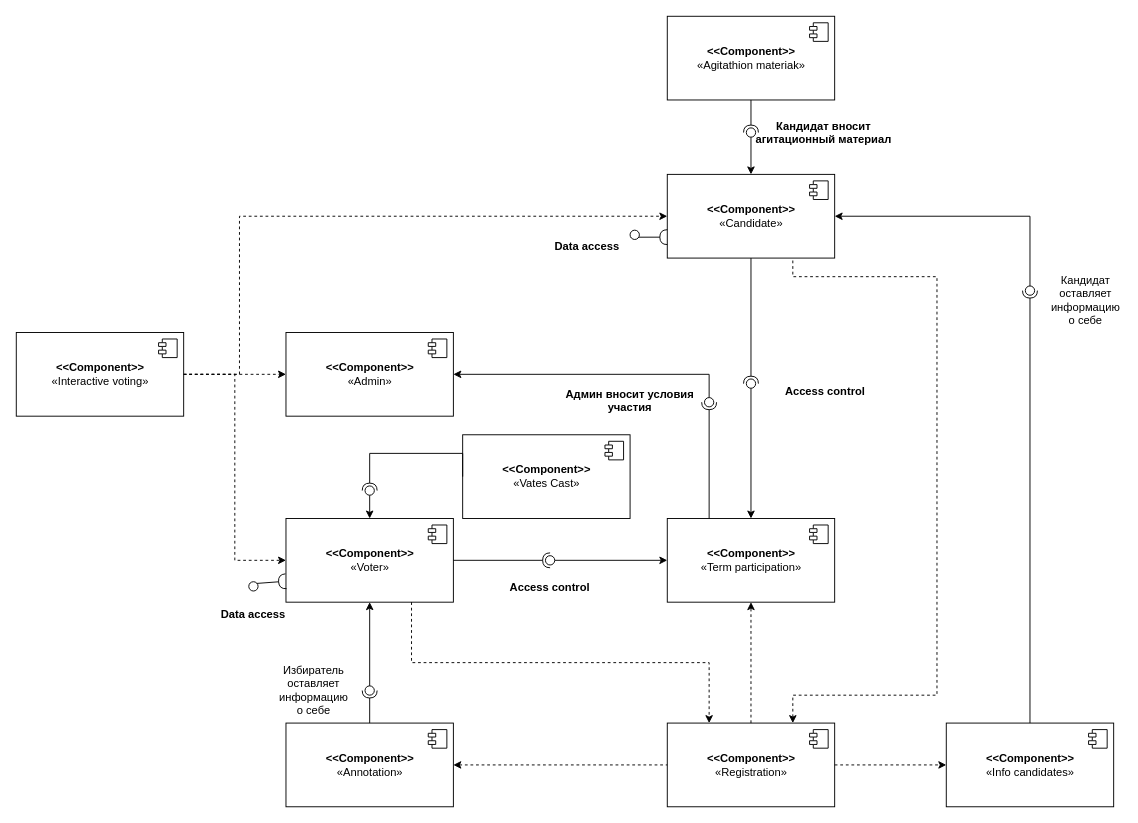
The draw.io diagram Untitled Diagram.drawio in aleksey899/Inter.MixAN, before the edit. Source tidied: cells renumbered, new cells numbered last; positions are measured from the earlier drawing's top-left corner, leaving out a move shared by most shapes. Both pictures are drawn from the tidied source at 93%, with x=0, y=0 at pixel (16, 16).
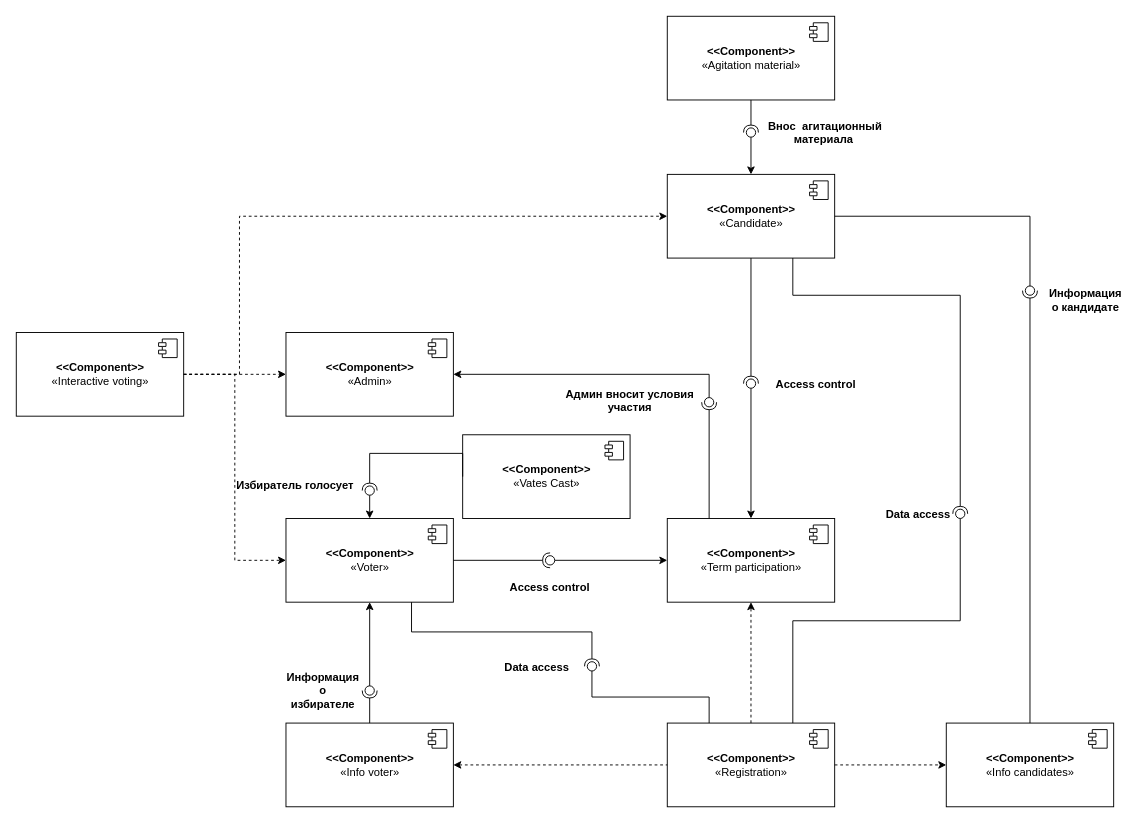
After the change.

Commit message:
Update Untitled Diagram Component.drawio

Unchanged cells that the change refers to:
```xml
<mxCell id="6" value="&lt;b&gt;&amp;lt;&amp;lt;Component&amp;gt;&amp;gt;&lt;/b&gt;&lt;br&gt;«Registration»" style="html=1;" parent="1" vertex="1">
  <mxGeometry x="700" y="760" width="180" height="90" as="geometry" />
</mxCell>
<mxCell id="14" value="&lt;b&gt;&amp;lt;&amp;lt;Component&amp;gt;&amp;gt;&lt;/b&gt;&lt;br&gt;«Candidate»" style="html=1;" parent="1" vertex="1">
  <mxGeometry x="700" y="170" width="180" height="90" as="geometry" />
</mxCell>
<mxCell id="16" value="&lt;b&gt;&amp;lt;&amp;lt;Component&amp;gt;&amp;gt;&lt;/b&gt;&lt;br&gt;«Voter»" style="html=1;" parent="1" vertex="1">
  <mxGeometry x="290" y="540" width="180" height="90" as="geometry" />
</mxCell>
<mxCell id="33" style="ellipse;whiteSpace=wrap;html=1;align=center;points=[];outlineConnect=0;sketch=0;" parent="1" vertex="1">
  <mxGeometry x="1085" y="290" width="10" height="10" as="geometry" />
</mxCell>
```

What changed in the source:
```diff
@@
-    <mxCell id="10" value="&lt;b&gt;&amp;lt;&amp;lt;Component&amp;gt;&amp;gt;&lt;/b&gt;&lt;br&gt;«Annotation»" style="html=1;" parent="1" vertex="1">
+    <mxCell id="10" value="&lt;b&gt;&amp;lt;&amp;lt;Component&amp;gt;&amp;gt;&lt;/b&gt;&lt;br&gt;«Info voter»" style="html=1;" parent="1" vertex="1">
       <mxGeometry x="290" y="760" width="180" height="90" as="geometry" />
     </mxCell>
@@
-    <mxCell id="12" value="&lt;b&gt;&amp;lt;&amp;lt;Component&amp;gt;&amp;gt;&lt;/b&gt;&lt;br&gt;«Agitathion materiak»" style="html=1;" parent="1" vertex="1">
+    <mxCell id="12" value="&lt;b&gt;&amp;lt;&amp;lt;Component&amp;gt;&amp;gt;&lt;/b&gt;&lt;br&gt;«Agitation material»" style="html=1;" parent="1" vertex="1">
       <mxGeometry x="700" width="180" height="90" as="geometry" />
     </mxCell>
@@
-    <mxCell id="31" style="rounded=0;jettySize=auto;html=1;endArrow=none;endFill=0;sketch=0;sourcePerimeterSpacing=0;targetPerimeterSpacing=0;exitX=1;exitY=0.5;exitDx=0;exitDy=0;edgeStyle=orthogonalEdgeStyle;startArrow=classic;startFill=1;" parent="1" edge="1" source="14" target="33">
+    <mxCell id="31" style="rounded=0;jettySize=auto;html=1;endArrow=none;endFill=0;sketch=0;sourcePerimeterSpacing=0;targetPerimeterSpacing=0;exitX=1;exitY=0.5;exitDx=0;exitDy=0;edgeStyle=orthogonalEdgeStyle;startArrow=none;startFill=0;" parent="1" edge="1" source="14" target="33">
       <mxGeometry relative="1" as="geometry" />
     </mxCell>
@@
-    <mxCell id="45" style="endArrow=none;dashed=1;html=1;rounded=0;entryX=0.75;entryY=1;entryDx=0;entryDy=0;exitX=0.75;exitY=0;exitDx=0;exitDy=0;edgeStyle=orthogonalEdgeStyle;startArrow=classic;startFill=1;" parent="1" edge="1" source="6" target="14">
-      <mxGeometry relative="1" as="geometry">
-        <Array as="points">
-          <mxPoint x="835" y="730" />
-          <mxPoint x="990" y="730" />
-          <mxPoint x="990" y="280" />
-          <mxPoint x="835" y="280" />
-        </Array>
-      </mxGeometry>
-    </mxCell>
-    <mxCell id="46" style="endArrow=classic;dashed=1;html=1;rounded=0;exitX=0.75;exitY=1;exitDx=0;exitDy=0;entryX=0.25;entryY=0;entryDx=0;entryDy=0;edgeStyle=orthogonalEdgeStyle;endFill=1;" parent="1" edge="1" source="16" target="6">
-      <mxGeometry relative="1" as="geometry" />
-    </mxCell>
-    <mxCell id="47" value="Кандидат оставляет информацию о себе" style="text;html=1;strokeColor=none;fillColor=none;align=center;verticalAlign=middle;whiteSpace=wrap;rounded=0;" parent="1" vertex="1">
+    <mxCell id="47" value="&lt;b&gt;Информация о кандидате&lt;/b&gt;" style="text;html=1;strokeColor=none;fillColor=none;align=center;verticalAlign=middle;whiteSpace=wrap;rounded=0;" parent="1" vertex="1">
       <mxGeometry x="1120" y="290" width="60" height="30" as="geometry" />
     </mxCell>
-    <mxCell id="48" value="Кандидат вносит &#10;агитационный материал " style="text;align=center;fontStyle=1;verticalAlign=middle;spacingLeft=3;spacingRight=3;strokeColor=none;" parent="1" vertex="1">
+    <mxCell id="48" value="Внос  агитационный &#10;материала " style="text;align=center;fontStyle=1;verticalAlign=middle;spacingLeft=3;spacingRight=3;strokeColor=none;" parent="1" vertex="1">
       <mxGeometry x="830" y="112" width="80" height="26" as="geometry" />
     </mxCell>
     <mxCell id="49" value="Access control" style="text;align=center;fontStyle=1;verticalAlign=middle;spacingLeft=3;spacingRight=3;strokeColor=none;" parent="1" vertex="1">
-      <mxGeometry x="830" y="390" width="80" height="26" as="geometry" />
+      <mxGeometry x="820" y="382" width="80" height="26" as="geometry" />
     </mxCell>
@@
-    <mxCell id="55" value="Избиратель оставляет информацию о себе" style="text;html=1;strokeColor=none;fillColor=none;align=center;verticalAlign=middle;whiteSpace=wrap;rounded=0;" parent="1" vertex="1">
-      <mxGeometry x="290" y="710" width="60" height="30" as="geometry" />
+    <mxCell id="55" value="&lt;b&gt;Информация о избирателе&lt;/b&gt;" style="text;html=1;strokeColor=none;fillColor=none;align=center;verticalAlign=middle;whiteSpace=wrap;rounded=0;" parent="1" vertex="1">
+      <mxGeometry x="300" y="710" width="60" height="30" as="geometry" />
     </mxCell>
@@
-    <mxCell id="57" style="rounded=0;jettySize=auto;html=1;endArrow=halfCircle;endFill=0;entryX=0;entryY=0.75;endSize=6;strokeWidth=1;sketch=0;entryDx=0;entryDy=0;" parent="1" edge="1" source="58" target="14">
-      <mxGeometry relative="1" as="geometry">
-        <Array as="points">
-          <mxPoint x="660" y="238" />
-        </Array>
-      </mxGeometry>
-    </mxCell>
-    <mxCell id="58" style="ellipse;whiteSpace=wrap;html=1;align=center;points=[];outlineConnect=0;sketch=0;" parent="1" vertex="1">
-      <mxGeometry x="660" y="230" width="10" height="10" as="geometry" />
-    </mxCell>
     <mxCell id="59" value="Data access" style="text;align=center;fontStyle=1;verticalAlign=middle;spacingLeft=3;spacingRight=3;strokeColor=none;" parent="1" vertex="1">
-      <mxGeometry x="215" y="630" width="80" height="26" as="geometry" />
+      <mxGeometry x="930" y="522" width="80" height="26" as="geometry" />
     </mxCell>
+    <mxCell id="63" value="Избиратель голосует" style="text;align=center;fontStyle=1;verticalAlign=middle;spacingLeft=3;spacingRight=3;strokeColor=none;" parent="1" vertex="1">
+      <mxGeometry x="260" y="491" width="80" height="26" as="geometry" />
+    </mxCell>
     <mxCell id="60" value="Data access" style="text;align=center;fontStyle=1;verticalAlign=middle;spacingLeft=3;spacingRight=3;strokeColor=none;" parent="1" vertex="1">
-      <mxGeometry x="574" y="234" width="80" height="26" as="geometry" />
+      <mxGeometry x="520" y="686" width="80" height="26" as="geometry" />
     </mxCell>
-    <mxCell id="61" style="rounded=0;jettySize=auto;html=1;endArrow=halfCircle;endFill=0;entryX=0;entryY=0.75;endSize=6;strokeWidth=1;sketch=0;entryDx=0;entryDy=0;" parent="1" edge="1" source="62" target="16">
-      <mxGeometry relative="1" as="geometry">
-        <Array as="points">
-          <mxPoint x="250" y="610" />
-        </Array>
-      </mxGeometry>
-    </mxCell>
-    <mxCell id="62" style="ellipse;whiteSpace=wrap;html=1;align=center;points=[];outlineConnect=0;sketch=0;" parent="1" vertex="1">
-      <mxGeometry x="250" y="608" width="10" height="10" as="geometry" />
-    </mxCell>
+    <mxCell id="64" style="rounded=0;jettySize=auto;html=1;endArrow=none;endFill=0;sketch=0;sourcePerimeterSpacing=0;targetPerimeterSpacing=0;exitX=0.75;exitY=0;exitDx=0;exitDy=0;edgeStyle=orthogonalEdgeStyle;" parent="1" edge="1" source="6" target="66">
+      <mxGeometry relative="1" as="geometry" />
+    </mxCell>
+    <mxCell id="65" style="rounded=0;jettySize=auto;html=1;endArrow=halfCircle;endFill=0;entryX=0.5;entryY=0.5;endSize=6;strokeWidth=1;sketch=0;exitX=0.75;exitY=1;exitDx=0;exitDy=0;edgeStyle=orthogonalEdgeStyle;" parent="1" edge="1" source="14" target="66">
+      <mxGeometry relative="1" as="geometry">
+        <Array as="points">
+          <mxPoint x="835" y="300" />
+          <mxPoint x="1015" y="300" />
+        </Array>
+      </mxGeometry>
+    </mxCell>
+    <mxCell id="66" style="ellipse;whiteSpace=wrap;html=1;align=center;points=[];outlineConnect=0;sketch=0;" parent="1" vertex="1">
+      <mxGeometry x="1010" y="530" width="10" height="10" as="geometry" />
+    </mxCell>
+    <mxCell id="67" style="rounded=0;jettySize=auto;html=1;endArrow=none;endFill=0;sketch=0;sourcePerimeterSpacing=0;targetPerimeterSpacing=0;exitX=0.25;exitY=0;exitDx=0;exitDy=0;edgeStyle=orthogonalEdgeStyle;" parent="1" edge="1" source="6" target="69">
+      <mxGeometry relative="1" as="geometry" />
+    </mxCell>
+    <mxCell id="68" style="rounded=0;jettySize=auto;html=1;endArrow=halfCircle;endFill=0;entryX=0.5;entryY=0.5;endSize=6;strokeWidth=1;sketch=0;exitX=0.75;exitY=1;exitDx=0;exitDy=0;edgeStyle=orthogonalEdgeStyle;" parent="1" edge="1" source="16" target="69">
+      <mxGeometry relative="1" as="geometry" />
+    </mxCell>
+    <mxCell id="69" style="ellipse;whiteSpace=wrap;html=1;align=center;points=[];outlineConnect=0;sketch=0;" parent="1" vertex="1">
+      <mxGeometry x="614" y="694" width="10" height="10" as="geometry" />
+    </mxCell>
```
